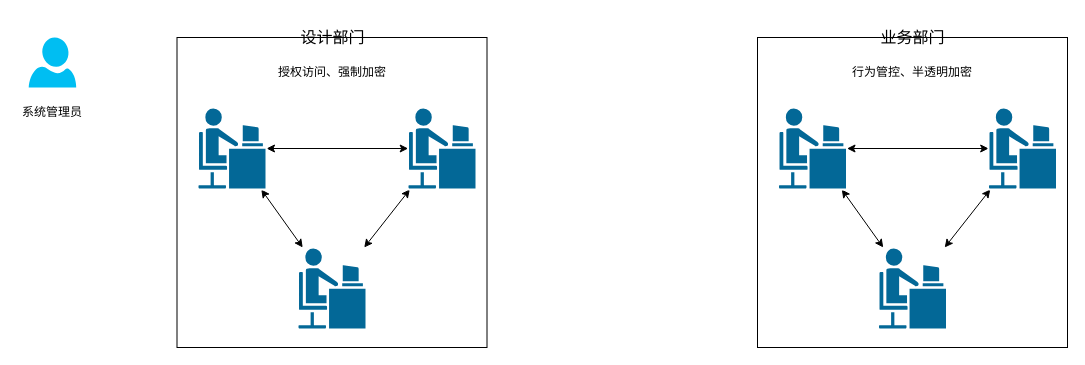
Above: 数据安全防护案例.drawio in rexlin600/diagrams (draw.io), before the change. Source tidied: cells renumbered, new cells numbered last; positions are measured from the earlier drawing's top-left corner, leaving out a move shared by most shapes. Both pictures are drawn from the tidied source at 100%, with x=0, y=0 at pixel (17, 27).
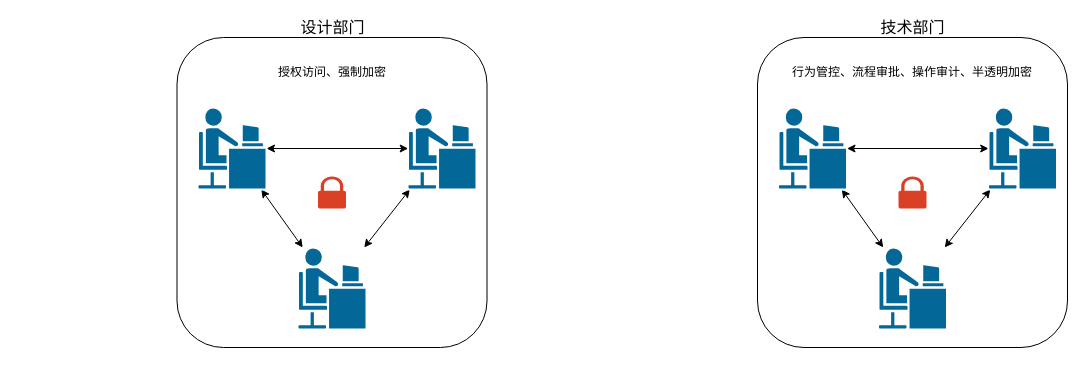
After the change.

Commit message (it also covers changes not shown here):
更新数据安全防护案例.drawio

The edit, as a diff of the source:
```diff
@@
-    <mxCell id="2" style="whiteSpace=wrap;html=1;" parent="1" vertex="1">
+    <mxCell id="2" style="whiteSpace=wrap;html=1;fillColor=none;rounded=1;" parent="1" vertex="1">
       <mxGeometry x="159.5" y="10" width="310" height="310" as="geometry" />
     </mxCell>
-    <mxCell id="3" style="verticalLabelPosition=bottom;html=1;verticalAlign=top;align=center;strokeColor=none;fillColor=#00BEF2;shape=mxgraph.azure.user;" parent="1" vertex="1">
-      <mxGeometry x="11.2" y="10" width="47.5" height="50" as="geometry" />
-    </mxCell>
-    <mxCell id="4" value="系统管理员" style="text;html=1;strokeColor=none;fillColor=none;align=center;verticalAlign=middle;whiteSpace=wrap;rounded=0;" parent="1" vertex="1">
-      <mxGeometry y="70" width="70" height="30" as="geometry" />
-    </mxCell>
@@
     <mxCell id="12" value="&lt;font style=&quot;font-size: 16px&quot;&gt;设计部门&lt;/font&gt;" style="text;html=1;align=center;verticalAlign=middle;strokeColor=none;fillColor=none;" parent="1" vertex="1">
-      <mxGeometry x="274.5" width="80" height="20" as="geometry" />
+      <mxGeometry x="274.5" y="-10" width="80" height="20" as="geometry" />
     </mxCell>
-    <mxCell id="13" style="whiteSpace=wrap;html=1;" parent="1" vertex="1">
+    <mxCell id="13" style="whiteSpace=wrap;html=1;fillColor=none;rounded=1;" parent="1" vertex="1">
       <mxGeometry x="740" y="10" width="310" height="310" as="geometry" />
     </mxCell>
@@
-    <mxCell id="20" value="行为管控、半透明加密" style="text;html=1;strokeColor=none;fillColor=none;align=center;verticalAlign=middle;whiteSpace=wrap;rounded=0;" parent="1" vertex="1">
-      <mxGeometry x="820" y="30" width="150" height="30" as="geometry" />
+    <mxCell id="20" value="行为管控、流程审批、操作审计、半透明加密" style="text;html=1;strokeColor=none;fillColor=none;align=center;verticalAlign=middle;whiteSpace=wrap;rounded=0;" parent="1" vertex="1">
+      <mxGeometry x="760" y="30" width="270" height="30" as="geometry" />
     </mxCell>
-    <mxCell id="21" value="&lt;font style=&quot;font-size: 16px&quot;&gt;业务部门&lt;/font&gt;" style="text;html=1;align=center;verticalAlign=middle;strokeColor=none;fillColor=none;" parent="1" vertex="1">
-      <mxGeometry x="855" width="80" height="20" as="geometry" />
+    <mxCell id="21" value="&lt;font style=&quot;font-size: 16px&quot;&gt;技术部门&lt;/font&gt;" style="text;html=1;align=center;verticalAlign=middle;strokeColor=none;fillColor=none;" parent="1" vertex="1">
+      <mxGeometry x="855" y="-10" width="80" height="20" as="geometry" />
     </mxCell>
+    <mxCell id="22" style="sketch=0;shadow=0;dashed=0;html=1;strokeColor=none;labelPosition=center;verticalLabelPosition=bottom;verticalAlign=top;align=center;shape=mxgraph.office.security.lock_protected;fillColor=#DA4026;fontSize=16;" parent="1" vertex="1">
+      <mxGeometry x="300.5" y="149" width="28" height="32" as="geometry" />
+    </mxCell>
+    <mxCell id="23" style="sketch=0;shadow=0;dashed=0;html=1;strokeColor=none;labelPosition=center;verticalLabelPosition=bottom;verticalAlign=top;align=center;shape=mxgraph.office.security.lock_protected;fillColor=#DA4026;fontSize=16;" parent="1" vertex="1">
+      <mxGeometry x="881" y="149" width="28" height="32" as="geometry" />
+    </mxCell>
```
